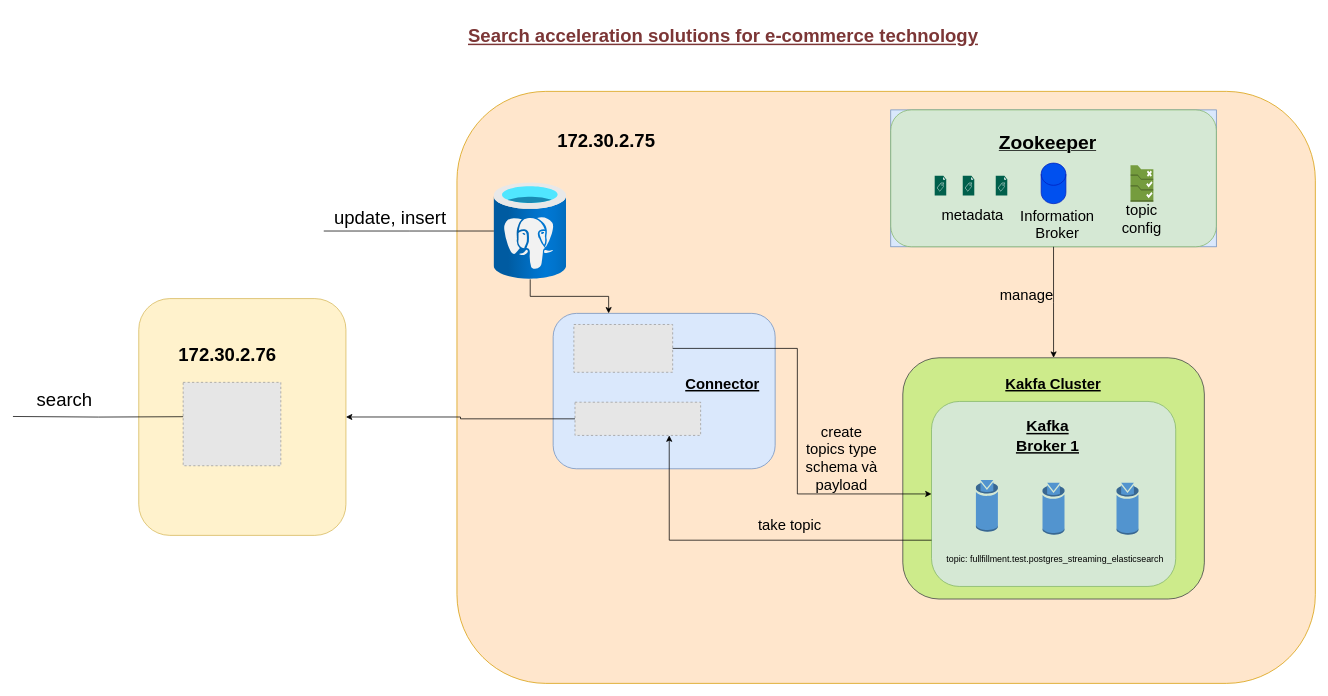
Earlier version of the draw.io diagram Optimizing the Technology Products Search System with ElasticSearch.drawio (phucnguyen140502/Optimizing-the-Technology-Products-Search-System-with-ElasticSearch). Source tidied: cells renumbered, new cells numbered last; positions are measured from the earlier drawing's top-left corner, leaving out a move shared by most shapes. Both pictures are drawn from the tidied source at 74%, with x=0, y=0 at pixel (13, 24). Pictures stored in the file or linked from it are replaced by grey dashed boxes.
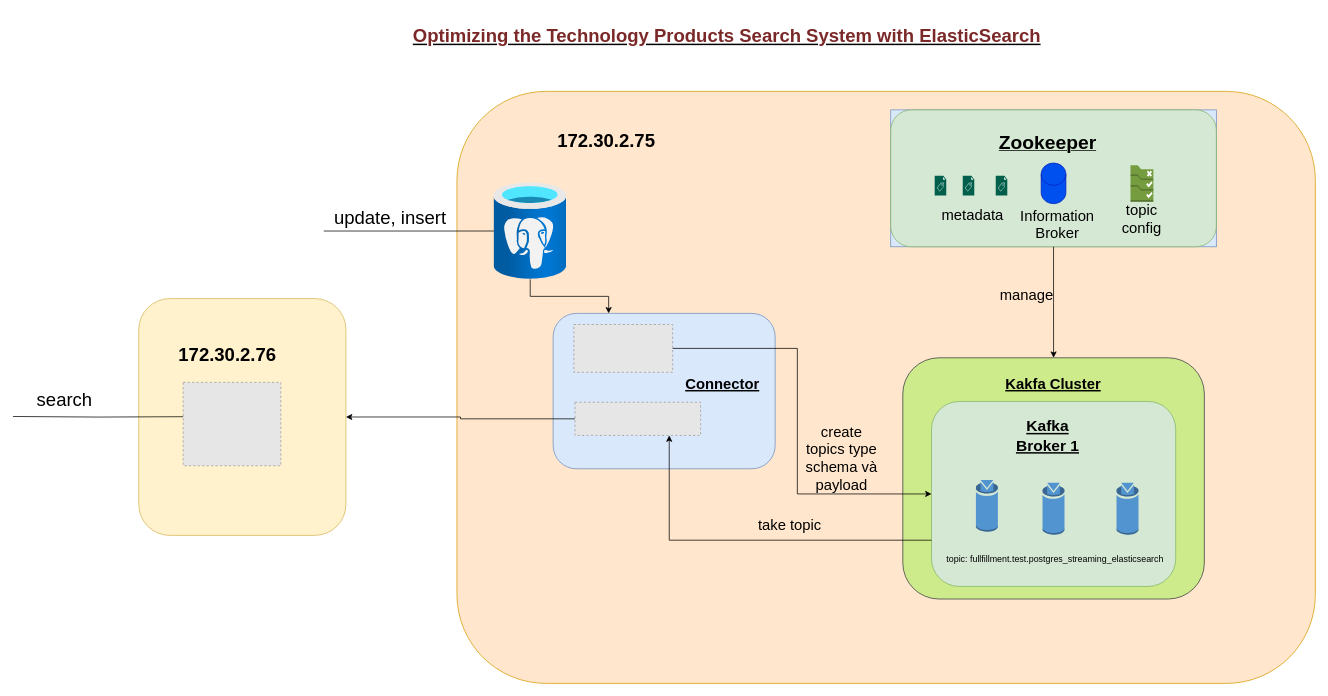
The same page after the edit.

Diff of the diagram source:
```diff
@@
-    <mxCell id="47" value="&lt;h1&gt;&lt;b&gt;&lt;font color=&quot;#7c3636&quot; style=&quot;font-size: 25px;&quot;&gt;&lt;u&gt;Search acceleration solutions for e-commerce technology&lt;/u&gt;&lt;/font&gt;&lt;/b&gt;&lt;/h1&gt;" style="text;html=1;align=center;verticalAlign=middle;whiteSpace=wrap;rounded=0;" parent="1" vertex="1">
-      <mxGeometry x="560" width="800" height="30" as="geometry" />
+    <mxCell id="47" value="&lt;h1&gt;&lt;u&gt;&lt;font color=&quot;#7b2828&quot; style=&quot;font-size: 25px;&quot;&gt;Optimizing the Technology Products Search System with ElasticSearch&lt;/font&gt;&lt;/u&gt;&lt;br&gt;&lt;/h1&gt;" style="text;html=1;align=center;verticalAlign=middle;whiteSpace=wrap;rounded=0;" parent="1" vertex="1">
+      <mxGeometry x="500" width="930" height="30" as="geometry" />
     </mxCell>
```
